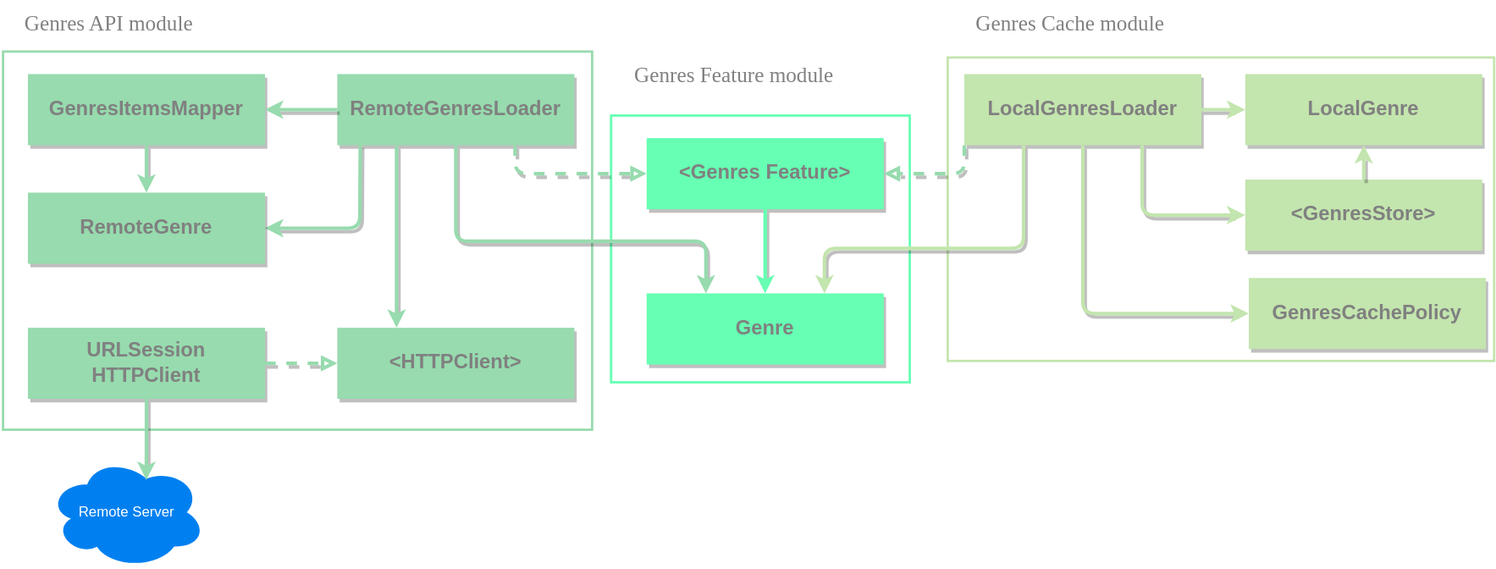
Above: Podcasts Genres List/Genres List UI/dependency.drawio.svg in alexnikol/AnyCast (draw.io), before the change. Source tidied: cells renumbered, new cells last; positions are measured from the earlier drawing's top-left corner, leaving out a move shared by most shapes. Source of this version:
```xml
<mxGraphModel>
  <root>
    <mxCell id="0" />
    <mxCell id="1" parent="0" />
    <mxCell id="2" style="rounded=0;whiteSpace=wrap;html=1;strokeWidth=2;strokeColor=#C3E5AE;fillColor=none;" parent="1" vertex="1">
      <mxGeometry x="799" y="48" width="461" height="256" as="geometry" />
    </mxCell>
    <mxCell id="3" style="rounded=0;whiteSpace=wrap;html=1;strokeWidth=2;strokeColor=#66FFB3;fillColor=none;" parent="1" vertex="1">
      <mxGeometry x="515" y="97" width="252" height="225" as="geometry" />
    </mxCell>
    <mxCell id="4" style="rounded=0;whiteSpace=wrap;html=1;strokeWidth=2;strokeColor=#97DBAE;fillColor=none;" parent="1" vertex="1">
      <mxGeometry x="2" y="43" width="497" height="319" as="geometry" />
    </mxCell>
    <mxCell id="5" style="edgeStyle=orthogonalEdgeStyle;rounded=0;orthogonalLoop=1;jettySize=auto;html=1;exitX=0.5;exitY=0.5;exitDx=0;exitDy=0;exitPerimeter=0;" parent="1" edge="1">
      <mxGeometry relative="1" as="geometry">
        <mxPoint x="285" y="408" as="targetPoint" />
      </mxGeometry>
    </mxCell>
    <mxCell id="6" style="edgeStyle=none;html=1;entryX=0;entryY=0.5;entryDx=0;entryDy=0;" parent="1" edge="1">
      <mxGeometry relative="1" as="geometry">
        <mxPoint x="215" y="248" as="targetPoint" />
      </mxGeometry>
    </mxCell>
    <mxCell id="7" style="edgeStyle=none;html=1;entryX=0.5;entryY=1;entryDx=0;entryDy=0;" parent="1" edge="1">
      <mxGeometry relative="1" as="geometry">
        <mxPoint x="285" y="318" as="targetPoint" />
      </mxGeometry>
    </mxCell>
    <mxCell id="8" value="&amp;lt;Genres Feature&amp;gt;" style="rounded=0;whiteSpace=wrap;html=1;fontSize=17;fontColor=#808080;strokeColor=none;strokeWidth=3;fillColor=#66FFB3;fontStyle=1;gradientColor=none;shadow=1;" parent="1" vertex="1">
      <mxGeometry x="545" y="116" width="200" height="60" as="geometry" />
    </mxCell>
    <mxCell id="9" value="GenresItemsMapper" style="rounded=0;whiteSpace=wrap;html=1;fontSize=17;fontColor=#808080;strokeColor=none;strokeWidth=3;fillColor=#97DBAE;fontStyle=1;gradientColor=none;shadow=1;" parent="1" vertex="1">
      <mxGeometry x="23" y="62" width="200" height="60" as="geometry" />
    </mxCell>
    <mxCell id="10" value="RemoteGenresLoader" style="rounded=0;whiteSpace=wrap;html=1;fontSize=17;fontColor=#808080;strokeColor=none;strokeWidth=3;fillColor=#97DBAE;fontStyle=1;gradientColor=none;shadow=1;" parent="1" vertex="1">
      <mxGeometry x="284" y="62" width="200" height="60" as="geometry" />
    </mxCell>
    <mxCell id="11" style="edgeStyle=none;html=1;exitX=0;exitY=0.5;exitDx=0;exitDy=0;fontSize=17;fontColor=#999900;strokeColor=#97DBAE;fillColor=#a20025;strokeWidth=3;shadow=1;entryX=1;entryY=0.5;entryDx=0;entryDy=0;" parent="1" edge="1" source="10" target="9">
      <mxGeometry relative="1" as="geometry" />
    </mxCell>
    <mxCell id="12" value="&amp;lt;HTTPClient&amp;gt;" style="rounded=0;whiteSpace=wrap;html=1;fontSize=17;fontColor=#808080;strokeColor=none;strokeWidth=3;fillColor=#97DBAE;fontStyle=1;gradientColor=none;shadow=1;" parent="1" vertex="1">
      <mxGeometry x="284" y="276" width="200" height="60" as="geometry" />
    </mxCell>
    <mxCell id="13" style="edgeStyle=none;html=1;exitX=0.097;exitY=0.988;exitDx=0;exitDy=0;fontSize=17;fontColor=#999900;strokeColor=#97DBAE;fillColor=#a20025;strokeWidth=3;shadow=1;entryX=1;entryY=0.5;entryDx=0;entryDy=0;exitPerimeter=0;" parent="1" edge="1" source="10" target="32">
      <mxGeometry relative="1" as="geometry">
        <Array as="points">
          <mxPoint x="303" y="192" />
        </Array>
      </mxGeometry>
    </mxCell>
    <mxCell id="14" value="URLSession&lt;br&gt;HTTPClient" style="rounded=0;whiteSpace=wrap;html=1;fontSize=17;fontColor=#808080;strokeColor=none;strokeWidth=3;fillColor=#97DBAE;fontStyle=1;gradientColor=none;shadow=1;" parent="1" vertex="1">
      <mxGeometry x="23" y="276" width="200" height="60" as="geometry" />
    </mxCell>
    <mxCell id="15" style="edgeStyle=none;html=1;exitX=1;exitY=0.5;exitDx=0;exitDy=0;fontSize=17;fontColor=#999900;strokeColor=#97DBAE;fillColor=#a20025;strokeWidth=3;rounded=1;dashed=1;shadow=1;endArrow=block;endFill=0;entryX=0;entryY=0.5;entryDx=0;entryDy=0;" parent="1" edge="1" source="14" target="12">
      <mxGeometry relative="1" as="geometry" />
    </mxCell>
    <mxCell id="16" style="edgeStyle=none;html=1;exitX=0.75;exitY=1;exitDx=0;exitDy=0;fontSize=17;fontColor=#999900;strokeColor=#97DBAE;fillColor=#a20025;strokeWidth=3;rounded=1;dashed=1;shadow=1;endArrow=block;endFill=0;entryX=0;entryY=0.5;entryDx=0;entryDy=0;" parent="1" edge="1" source="10" target="8">
      <mxGeometry relative="1" as="geometry">
        <Array as="points">
          <mxPoint x="434" y="146" />
        </Array>
      </mxGeometry>
    </mxCell>
    <mxCell id="17" value="Remote Server" style="ellipse;shape=cloud;whiteSpace=wrap;html=1;align=center;strokeColor=#0080F0;strokeWidth=2;fillColor=#0080F0;fontColor=#fff;" parent="1" vertex="1">
      <mxGeometry x="41" y="386" width="131" height="92" as="geometry" />
    </mxCell>
    <mxCell id="18" style="edgeStyle=none;html=1;exitX=0.5;exitY=1;exitDx=0;exitDy=0;fontSize=17;fontColor=#999900;strokeColor=#97DBAE;fillColor=#a20025;strokeWidth=3;shadow=1;entryX=0.625;entryY=0.2;entryDx=0;entryDy=0;entryPerimeter=0;" parent="1" edge="1" source="14" target="17">
      <mxGeometry relative="1" as="geometry">
        <Array as="points">
          <mxPoint x="123" y="368" />
        </Array>
      </mxGeometry>
    </mxCell>
    <mxCell id="19" value="&lt;font style=&quot;font-size: 18px&quot;&gt;Genres API module&lt;/font&gt;" style="text;html=1;strokeColor=none;fillColor=none;align=center;verticalAlign=middle;whiteSpace=wrap;rounded=0;fontFamily=Verdana;fontSize=18;fontColor=#808080;" parent="1" vertex="1">
      <mxGeometry width="183" height="40" as="geometry" />
    </mxCell>
    <mxCell id="20" value="LocalGenresLoader" style="rounded=0;whiteSpace=wrap;html=1;fontSize=17;fontColor=#808080;strokeColor=none;strokeWidth=3;fillColor=#C3E5AE;fontStyle=1;gradientColor=none;shadow=1;" parent="1" vertex="1">
      <mxGeometry x="813" y="62" width="200" height="60" as="geometry" />
    </mxCell>
    <mxCell id="21" value="LocalGenre" style="rounded=0;whiteSpace=wrap;html=1;fontSize=17;fontColor=#808080;strokeColor=none;strokeWidth=3;fillColor=#C3E5AE;fontStyle=1;gradientColor=none;shadow=1;" parent="1" vertex="1">
      <mxGeometry x="1050" y="62" width="200" height="60" as="geometry" />
    </mxCell>
    <mxCell id="22" style="edgeStyle=none;html=1;exitX=1;exitY=0.5;exitDx=0;exitDy=0;fontSize=17;fontColor=#999900;strokeColor=#C3E5AE;fillColor=#a20025;strokeWidth=3;shadow=1;entryX=0;entryY=0.5;entryDx=0;entryDy=0;" parent="1" edge="1" source="20" target="21">
      <mxGeometry relative="1" as="geometry" />
    </mxCell>
    <mxCell id="23" value="Genre" style="rounded=0;whiteSpace=wrap;html=1;fontSize=17;fontColor=#808080;strokeColor=none;strokeWidth=3;fillColor=#66FFB3;fontStyle=1;gradientColor=none;shadow=1;" parent="1" vertex="1">
      <mxGeometry x="545" y="247" width="200" height="60" as="geometry" />
    </mxCell>
    <mxCell id="24" style="edgeStyle=none;html=1;exitX=0.5;exitY=1;exitDx=0;exitDy=0;fontSize=17;fontColor=#999900;strokeColor=#66FFB3;fillColor=#a20025;strokeWidth=3;shadow=1;entryX=0.5;entryY=0;entryDx=0;entryDy=0;" parent="1" edge="1" source="8" target="23">
      <mxGeometry relative="1" as="geometry" />
    </mxCell>
    <mxCell id="25" style="edgeStyle=none;html=1;exitX=0.5;exitY=1;exitDx=0;exitDy=0;fontSize=17;fontColor=#999900;strokeColor=#97DBAE;fillColor=#a20025;strokeWidth=3;shadow=1;entryX=0.25;entryY=0;entryDx=0;entryDy=0;" parent="1" edge="1" source="10" target="23">
      <mxGeometry relative="1" as="geometry">
        <Array as="points">
          <mxPoint x="384" y="203" />
          <mxPoint x="595" y="203" />
        </Array>
      </mxGeometry>
    </mxCell>
    <mxCell id="26" style="edgeStyle=none;html=1;exitX=0.25;exitY=1;exitDx=0;exitDy=0;fontSize=17;fontColor=#999900;strokeColor=#C3E5AE;fillColor=#a20025;strokeWidth=3;shadow=1;entryX=0.75;entryY=0;entryDx=0;entryDy=0;" parent="1" edge="1" source="20" target="23">
      <mxGeometry relative="1" as="geometry">
        <Array as="points">
          <mxPoint x="863" y="209" />
          <mxPoint x="695" y="209" />
        </Array>
      </mxGeometry>
    </mxCell>
    <mxCell id="27" value="&lt;font style=&quot;font-size: 18px&quot;&gt;Genres Cache module&lt;/font&gt;" style="text;html=1;strokeColor=none;fillColor=none;align=center;verticalAlign=middle;whiteSpace=wrap;rounded=0;fontFamily=Verdana;fontSize=18;fontColor=#808080;" parent="1" vertex="1">
      <mxGeometry x="799" width="207" height="40" as="geometry" />
    </mxCell>
    <mxCell id="28" value="&lt;font style=&quot;font-size: 18px&quot;&gt;Genres Feature module&lt;/font&gt;" style="text;html=1;strokeColor=none;fillColor=none;align=center;verticalAlign=middle;whiteSpace=wrap;rounded=0;fontFamily=Verdana;fontSize=18;fontColor=#808080;" parent="1" vertex="1">
      <mxGeometry x="511" y="43" width="216" height="40" as="geometry" />
    </mxCell>
    <mxCell id="29" value="&amp;lt;GenresStore&amp;gt;" style="rounded=0;whiteSpace=wrap;html=1;fontSize=17;fontColor=#808080;strokeColor=none;strokeWidth=3;fillColor=#C3E5AE;fontStyle=1;gradientColor=none;shadow=1;" parent="1" vertex="1">
      <mxGeometry x="1050" y="151" width="200" height="60" as="geometry" />
    </mxCell>
    <mxCell id="30" style="edgeStyle=none;html=1;fontSize=17;fontColor=#999900;strokeColor=#C3E5AE;fillColor=#a20025;strokeWidth=3;shadow=1;entryX=0.5;entryY=1;entryDx=0;entryDy=0;exitX=0.5;exitY=0;exitDx=0;exitDy=0;" parent="1" edge="1" source="29" target="21">
      <mxGeometry relative="1" as="geometry" />
    </mxCell>
    <mxCell id="31" style="edgeStyle=none;html=1;exitX=0.75;exitY=1;exitDx=0;exitDy=0;fontSize=17;fontColor=#999900;strokeColor=#C3E5AE;fillColor=#a20025;strokeWidth=3;shadow=1;entryX=0;entryY=0.5;entryDx=0;entryDy=0;" parent="1" edge="1" source="20" target="29">
      <mxGeometry relative="1" as="geometry">
        <Array as="points">
          <mxPoint x="963" y="181" />
        </Array>
      </mxGeometry>
    </mxCell>
    <mxCell id="32" value="RemoteGenre" style="rounded=0;whiteSpace=wrap;html=1;fontSize=17;fontColor=#808080;strokeColor=none;strokeWidth=3;fillColor=#97DBAE;fontStyle=1;gradientColor=none;shadow=1;" parent="1" vertex="1">
      <mxGeometry x="23" y="162" width="200" height="60" as="geometry" />
    </mxCell>
    <mxCell id="33" style="edgeStyle=none;html=1;exitX=0.5;exitY=1;exitDx=0;exitDy=0;fontSize=17;fontColor=#999900;strokeColor=#97DBAE;fillColor=#a20025;strokeWidth=3;shadow=1;entryX=0.5;entryY=0;entryDx=0;entryDy=0;" parent="1" edge="1" source="9" target="32">
      <mxGeometry relative="1" as="geometry" />
    </mxCell>
    <mxCell id="34" style="edgeStyle=none;html=1;exitX=0.25;exitY=1;exitDx=0;exitDy=0;fontSize=17;fontColor=#999900;strokeColor=#97DBAE;fillColor=#a20025;strokeWidth=3;shadow=1;entryX=0.25;entryY=0;entryDx=0;entryDy=0;" parent="1" edge="1" source="10" target="12">
      <mxGeometry relative="1" as="geometry">
        <Array as="points">
          <mxPoint x="334" y="164" />
        </Array>
      </mxGeometry>
    </mxCell>
    <mxCell id="35" style="edgeStyle=none;html=1;exitX=0;exitY=1;exitDx=0;exitDy=0;fontSize=17;fontColor=#999900;strokeColor=#97DBAE;fillColor=#a20025;strokeWidth=3;rounded=1;dashed=1;shadow=1;endArrow=block;endFill=0;entryX=1;entryY=0.5;entryDx=0;entryDy=0;" parent="1" edge="1" source="20" target="8">
      <mxGeometry relative="1" as="geometry">
        <Array as="points">
          <mxPoint x="813" y="146" />
        </Array>
      </mxGeometry>
    </mxCell>
    <mxCell id="36" value="GenresCachePolicy" style="rounded=0;whiteSpace=wrap;html=1;fontSize=17;fontColor=#808080;strokeColor=none;strokeWidth=3;fillColor=#C3E5AE;fontStyle=1;gradientColor=none;shadow=1;" parent="1" vertex="1">
      <mxGeometry x="1053" y="234" width="200" height="60" as="geometry" />
    </mxCell>
    <mxCell id="37" style="edgeStyle=none;html=1;fontSize=17;fontColor=#999900;strokeColor=#C3E5AE;fillColor=#a20025;strokeWidth=3;shadow=1;entryX=0;entryY=0.5;entryDx=0;entryDy=0;exitX=0.5;exitY=1;exitDx=0;exitDy=0;" parent="1" edge="1" source="20" target="36">
      <mxGeometry relative="1" as="geometry">
        <Array as="points">
          <mxPoint x="913" y="264" />
        </Array>
      </mxGeometry>
    </mxCell>
  </root>
</mxGraphModel>
```
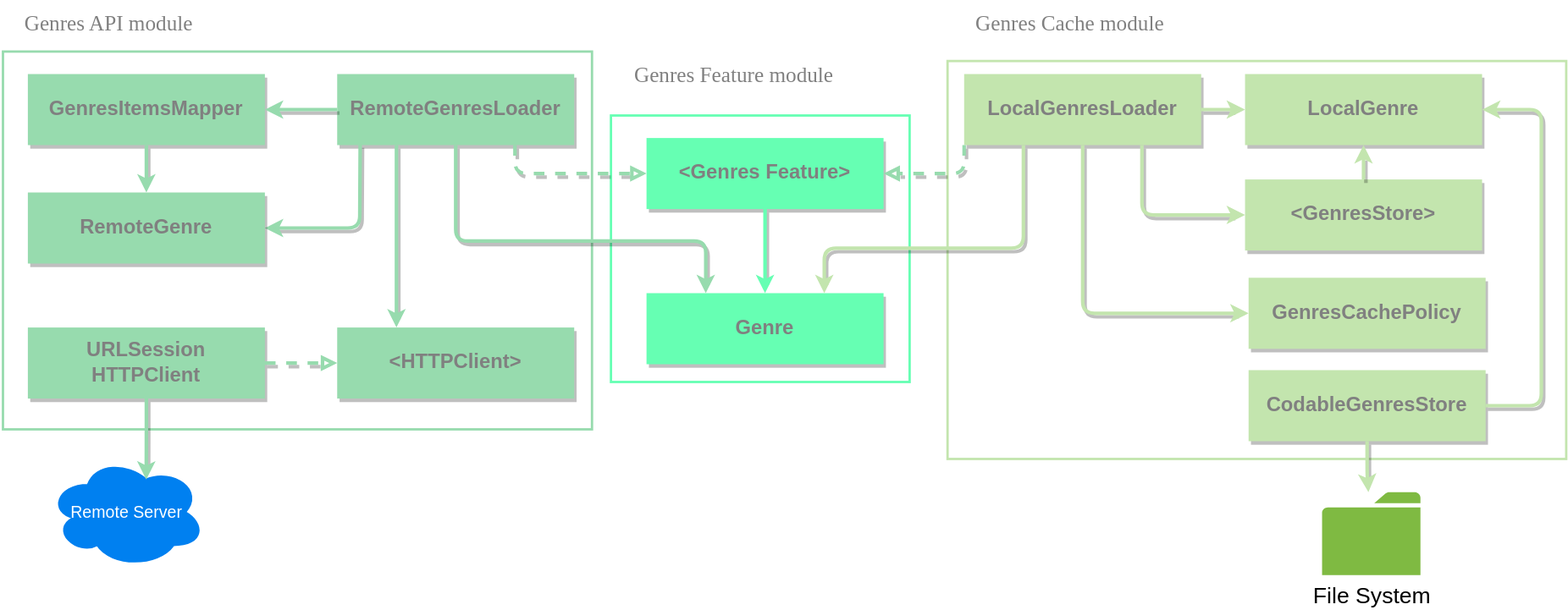
Later version of the same file.

Commit message:
Updated dependancy diagram

Change to the diagram source:
```diff
@@ -3,7 +3,7 @@
     <mxCell id="0" />
     <mxCell id="1" parent="0" />
     <mxCell id="2" style="rounded=0;whiteSpace=wrap;html=1;strokeWidth=2;strokeColor=#C3E5AE;fillColor=none;" parent="1" vertex="1">
-      <mxGeometry x="799" y="48" width="461" height="256" as="geometry" />
+      <mxGeometry x="799" y="51" width="522" height="336" as="geometry" />
     </mxCell>
     <mxCell id="3" style="rounded=0;whiteSpace=wrap;html=1;strokeWidth=2;strokeColor=#66FFB3;fillColor=none;" parent="1" vertex="1">
       <mxGeometry x="515" y="97" width="252" height="225" as="geometry" />
@@ -61,7 +61,7 @@
         </Array>
       </mxGeometry>
     </mxCell>
-    <mxCell id="17" value="Remote Server" style="ellipse;shape=cloud;whiteSpace=wrap;html=1;align=center;strokeColor=#0080F0;strokeWidth=2;fillColor=#0080F0;fontColor=#fff;" parent="1" vertex="1">
+    <mxCell id="17" value="Remote Server" style="ellipse;shape=cloud;whiteSpace=wrap;html=1;align=center;strokeColor=#0080F0;strokeWidth=2;fillColor=#0080F0;fontColor=#fff;fontSize=14;" parent="1" vertex="1">
       <mxGeometry x="41" y="386" width="131" height="92" as="geometry" />
     </mxCell>
     <mxCell id="18" style="edgeStyle=none;html=1;exitX=0.5;exitY=1;exitDx=0;exitDy=0;fontSize=17;fontColor=#999900;strokeColor=#97DBAE;fillColor=#a20025;strokeWidth=3;shadow=1;entryX=0.625;entryY=0.2;entryDx=0;entryDy=0;entryPerimeter=0;" parent="1" edge="1" source="14" target="17">
@@ -154,5 +154,27 @@
         </Array>
       </mxGeometry>
     </mxCell>
+    <mxCell id="38" value="CodableGenresStore" style="rounded=0;whiteSpace=wrap;html=1;fontSize=17;fontColor=#808080;strokeColor=none;strokeWidth=3;fillColor=#C3E5AE;fontStyle=1;gradientColor=none;shadow=1;" parent="1" vertex="1">
+      <mxGeometry x="1053" y="312" width="200" height="60" as="geometry" />
+    </mxCell>
+    <mxCell id="39" style="edgeStyle=none;html=1;fontSize=17;fontColor=#999900;strokeColor=#C3E5AE;fillColor=#a20025;strokeWidth=3;shadow=1;entryX=1;entryY=0.5;entryDx=0;entryDy=0;exitX=1;exitY=0.5;exitDx=0;exitDy=0;" parent="1" edge="1" source="38" target="21">
+      <mxGeometry relative="1" as="geometry">
+        <Array as="points">
+          <mxPoint x="1300" y="342" />
+          <mxPoint x="1300" y="163" />
+          <mxPoint x="1300" y="92" />
+        </Array>
+      </mxGeometry>
+    </mxCell>
+    <mxCell id="40" value="File System&lt;br style=&quot;font-size: 19px;&quot;&gt;" style="sketch=0;shadow=0;dashed=0;html=1;strokeColor=none;labelPosition=center;verticalLabelPosition=bottom;verticalAlign=top;outlineConnect=0;align=center;shape=mxgraph.office.concepts.folder;fillColor=#7FBA42;fontSize=19;" parent="1" vertex="1">
+      <mxGeometry x="1115" y="415" width="83" height="70" as="geometry" />
+    </mxCell>
+    <mxCell id="41" style="edgeStyle=none;html=1;fontSize=17;fontColor=#999900;strokeColor=#C3E5AE;fillColor=#a20025;strokeWidth=3;shadow=1;exitX=0.5;exitY=1;exitDx=0;exitDy=0;" parent="1" edge="1" source="38" target="40">
+      <mxGeometry relative="1" as="geometry">
+        <Array as="points">
+          <mxPoint x="1153" y="399" />
+        </Array>
+      </mxGeometry>
+    </mxCell>
   </root>
 </mxGraphModel>
```
